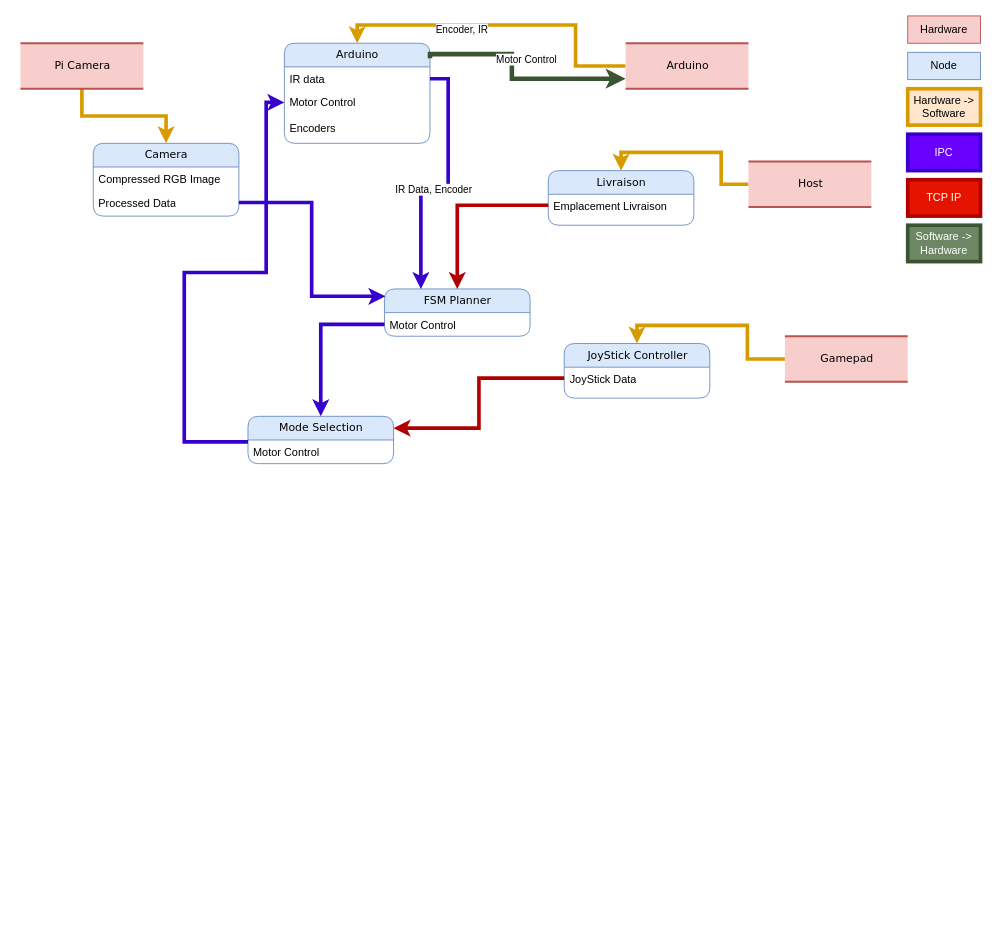
The draw.io diagram docs/src/happywheels.drawio in Hennzau/st5-robot, before the edit. Source tidied: cells renumbered, new cells numbered last; positions are measured from the earlier drawing's top-left corner, leaving out a move shared by most shapes. Both pictures are drawn from the tidied source at 91%, with x=0, y=0 at pixel (20, 15).
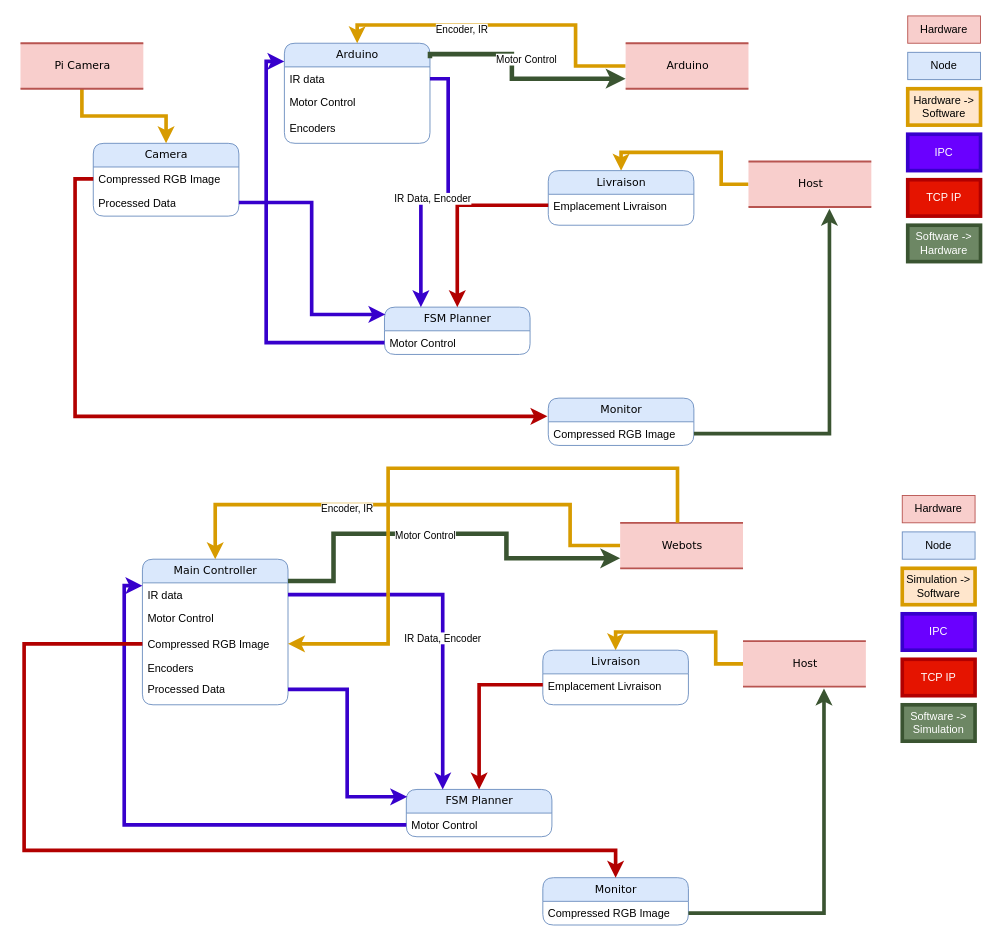
The same page after the edit.

Unchanged cells that the change refers to:
```xml
<mxCell id="3" value="Compressed RGB Image" style="text;html=1;strokeColor=none;fillColor=none;spacingLeft=4;spacingRight=4;whiteSpace=wrap;overflow=hidden;points=[[0,0.5],[1,0.5]];portConstraint=eastwest;" parent="2" vertex="1">
  <mxGeometry y="26" width="160" height="26" as="geometry" />
</mxCell>
<mxCell id="5" value="Arduino" style="swimlane;html=1;fontStyle=0;horizontal=1;startSize=26;fillColor=#dae8fc;swimlaneFillColor=#ffffff;align=center;rounded=1;shadow=0;comic=0;labelBackgroundColor=none;strokeWidth=1;fontFamily=Verdana;fontSize=12;strokeColor=#6c8ebf;" parent="1" vertex="1">
  <mxGeometry x="290" y="30" width="160" height="110" as="geometry" />
</mxCell>
<mxCell id="7" value="Motor Control" style="text;html=1;strokeColor=none;fillColor=none;spacingLeft=4;spacingRight=4;whiteSpace=wrap;overflow=hidden;points=[[0,0.5],[1,0.5]];portConstraint=eastwest;" parent="5" vertex="1">
  <mxGeometry y="52" width="160" height="28" as="geometry" />
</mxCell>
<mxCell id="17" value="Host" style="html=1;rounded=0;shadow=0;comic=0;labelBackgroundColor=none;strokeWidth=2;fontFamily=Verdana;fontSize=12;align=center;shape=mxgraph.ios7ui.horLines;fillColor=#f8cecc;strokeColor=#b85450;" parent="1" vertex="1">
  <mxGeometry x="800" y="160" width="135" height="50" as="geometry" />
</mxCell>
<mxCell id="19" value="Motor Control" style="text;html=1;strokeColor=none;fillColor=none;spacingLeft=4;spacingRight=4;whiteSpace=wrap;overflow=hidden;points=[[0,0.5],[1,0.5]];portConstraint=eastwest;" parent="18" vertex="1">
  <mxGeometry y="26" width="160" height="26" as="geometry" />
</mxCell>
```

The edit, as a diff of the source:
```diff
@@
     <mxCell id="18" value="FSM Planner" style="swimlane;html=1;fontStyle=0;horizontal=1;startSize=26;fillColor=#dae8fc;swimlaneFillColor=#ffffff;align=center;rounded=1;shadow=0;comic=0;labelBackgroundColor=none;strokeWidth=1;fontFamily=Verdana;fontSize=12;strokeColor=#6c8ebf;" parent="1" vertex="1">
-      <mxGeometry x="400" y="300" width="160" height="52" as="geometry" />
+      <mxGeometry x="400" y="320" width="160" height="52" as="geometry" />
     </mxCell>
@@
-    <mxCell id="20" style="edgeStyle=orthogonalEdgeStyle;rounded=0;jettySize=auto;html=1;entryX=0.5;entryY=0;entryDx=0;entryDy=0;fillColor=#ffe6cc;strokeColor=#d79b00;strokeWidth=4;" parent="1" edge="1" source="21" target="22">
-      <mxGeometry relative="1" as="geometry" />
-    </mxCell>
-    <mxCell id="21" value="Gamepad" style="html=1;rounded=0;shadow=0;comic=0;labelBackgroundColor=none;strokeWidth=2;fontFamily=Verdana;fontSize=12;align=center;shape=mxgraph.ios7ui.horLines;fillColor=#f8cecc;strokeColor=#b85450;" parent="1" vertex="1">
-      <mxGeometry x="840" y="352" width="135" height="50" as="geometry" />
-    </mxCell>
-    <mxCell id="22" value="JoyStick Controller" style="swimlane;html=1;fontStyle=0;horizontal=1;startSize=26;fillColor=#dae8fc;swimlaneFillColor=#ffffff;align=center;rounded=1;shadow=0;comic=0;labelBackgroundColor=none;strokeWidth=1;fontFamily=Verdana;fontSize=12;strokeColor=#6c8ebf;" parent="1" vertex="1">
-      <mxGeometry x="597.5" y="360" width="160" height="60" as="geometry" />
-    </mxCell>
-    <mxCell id="23" value="JoyStick Data" style="text;html=1;strokeColor=none;fillColor=none;spacingLeft=4;spacingRight=4;whiteSpace=wrap;overflow=hidden;points=[[0,0.5],[1,0.5]];portConstraint=eastwest;" parent="22" vertex="1">
-      <mxGeometry y="26" width="160" height="24" as="geometry" />
-    </mxCell>
@@
-    <mxCell id="30" value="Mode Selection" style="swimlane;html=1;fontStyle=0;horizontal=1;startSize=26;fillColor=#dae8fc;swimlaneFillColor=#ffffff;align=center;rounded=1;shadow=0;comic=0;labelBackgroundColor=none;strokeWidth=1;fontFamily=Verdana;fontSize=12;strokeColor=#6c8ebf;" parent="1" vertex="1">
-      <mxGeometry x="250" y="440" width="160" height="52" as="geometry" />
-    </mxCell>
-    <mxCell id="31" value="Motor Control" style="text;html=1;strokeColor=none;fillColor=none;spacingLeft=4;spacingRight=4;whiteSpace=wrap;overflow=hidden;points=[[0,0.5],[1,0.5]];portConstraint=eastwest;" parent="30" vertex="1">
-      <mxGeometry y="26" width="160" height="24" as="geometry" />
-    </mxCell>
-    <mxCell id="32" style="edgeStyle=orthogonalEdgeStyle;rounded=0;jettySize=auto;html=1;entryX=0.5;entryY=0;entryDx=0;entryDy=0;fillColor=#6a00ff;strokeColor=#3700CC;strokeWidth=4;" parent="1" edge="1" source="19" target="30">
+    <mxCell id="32" style="edgeStyle=orthogonalEdgeStyle;rounded=0;jettySize=auto;html=1;entryX=0;entryY=0.182;entryDx=0;entryDy=0;fillColor=#6a00ff;strokeColor=#3700CC;strokeWidth=4;entryPerimeter=0;" parent="1" edge="1" source="19" target="5">
       <mxGeometry relative="1" as="geometry" />
     </mxCell>
-    <mxCell id="33" style="edgeStyle=orthogonalEdgeStyle;rounded=0;jettySize=auto;html=1;entryX=1;entryY=0.25;entryDx=0;entryDy=0;fillColor=#e51400;strokeColor=#B20000;endSize=6;strokeWidth=4;" parent="1" edge="1" source="23" target="30">
-      <mxGeometry relative="1" as="geometry" />
+    <mxCell id="33" style="edgeStyle=orthogonalEdgeStyle;rounded=0;orthogonalLoop=1;jettySize=auto;html=1;entryX=1;entryY=0.25;entryDx=0;entryDy=0;fillColor=#e51400;strokeColor=#B20000;endSize=6;strokeWidth=4;" parent="1" edge="1">
+      <mxGeometry relative="1" as="geometry">
+        <mxPoint x="597.5" y="398" as="sourcePoint" />
+      </mxGeometry>
     </mxCell>
-    <mxCell id="34" style="edgeStyle=orthogonalEdgeStyle;rounded=0;jettySize=auto;html=1;fillColor=#6a00ff;strokeColor=#3700CC;strokeWidth=4;" parent="1" edge="1" source="31" target="7">
-      <mxGeometry relative="1" as="geometry">
-        <Array as="points">
-          <mxPoint x="180" y="468" />
-          <mxPoint x="180" y="282" />
-          <mxPoint x="270" y="282" />
-          <mxPoint x="270" y="95" />
-        </Array>
-      </mxGeometry>
-    </mxCell>
@@
+    <mxCell id="41" value="Monitor" style="swimlane;html=1;fontStyle=0;horizontal=1;startSize=26;fillColor=#dae8fc;swimlaneFillColor=#ffffff;align=center;rounded=1;shadow=0;comic=0;labelBackgroundColor=none;strokeWidth=1;fontFamily=Verdana;fontSize=12;strokeColor=#6c8ebf;" parent="1" vertex="1">
+      <mxGeometry x="580" y="420" width="160" height="52" as="geometry" />
+    </mxCell>
+    <mxCell id="42" value="Compressed RGB Image" style="text;html=1;strokeColor=none;fillColor=none;spacingLeft=4;spacingRight=4;whiteSpace=wrap;overflow=hidden;" parent="41" vertex="1">
+      <mxGeometry y="26" width="160" height="26" as="geometry" />
+    </mxCell>
+    <mxCell id="43" style="edgeStyle=orthogonalEdgeStyle;rounded=0;jettySize=auto;html=1;entryX=0.659;entryY=1.04;entryDx=0;entryDy=0;fillColor=#6d8764;strokeColor=#3A5431;strokeWidth=4;exitX=1;exitY=0.75;exitDx=0;exitDy=0;entryPerimeter=0;" parent="1" edge="1" source="41" target="17">
+      <mxGeometry relative="1" as="geometry" />
+    </mxCell>
+    <mxCell id="44" style="edgeStyle=orthogonalEdgeStyle;rounded=0;jettySize=auto;html=1;fillColor=#e51400;strokeColor=#B20000;endSize=6;strokeWidth=4;exitX=0;exitY=0.5;exitDx=0;exitDy=0;entryX=-0.006;entryY=0.385;entryDx=0;entryDy=0;entryPerimeter=0;" parent="1" edge="1" source="3" target="41">
+      <mxGeometry relative="1" as="geometry" />
+    </mxCell>
+    <mxCell id="45" value="Main Controller" style="swimlane;html=1;fontStyle=0;horizontal=1;startSize=26;fillColor=#dae8fc;swimlaneFillColor=#ffffff;align=center;rounded=1;shadow=0;comic=0;labelBackgroundColor=none;strokeWidth=1;fontFamily=Verdana;fontSize=12;strokeColor=#6c8ebf;" parent="1" vertex="1">
+      <mxGeometry x="134" y="597" width="160" height="160" as="geometry" />
+    </mxCell>
+    <mxCell id="46" value="IR data" style="text;html=1;strokeColor=none;fillColor=none;spacingLeft=4;spacingRight=4;whiteSpace=wrap;overflow=hidden;points=[[0,0.5],[1,0.5]];portConstraint=eastwest;" parent="45" vertex="1">
+      <mxGeometry y="26" width="160" height="26" as="geometry" />
+    </mxCell>
+    <mxCell id="47" value="Motor Control" style="text;html=1;strokeColor=none;fillColor=none;spacingLeft=4;spacingRight=4;whiteSpace=wrap;overflow=hidden;" parent="45" vertex="1">
+      <mxGeometry y="52" width="160" height="28" as="geometry" />
+    </mxCell>
+    <mxCell id="48" value="Compressed RGB Image" style="text;html=1;strokeColor=none;fillColor=none;spacingLeft=4;spacingRight=4;whiteSpace=wrap;overflow=hidden;points=[[0,0.5],[1,0.5]];portConstraint=eastwest;" parent="45" vertex="1">
+      <mxGeometry y="80" width="160" height="26" as="geometry" />
+    </mxCell>
+    <mxCell id="49" value="Encoders" style="text;html=1;strokeColor=none;fillColor=none;spacingLeft=4;spacingRight=4;whiteSpace=wrap;overflow=hidden;" parent="45" vertex="1">
+      <mxGeometry y="106" width="160" height="24" as="geometry" />
+    </mxCell>
+    <mxCell id="50" value="Processed Data" style="text;html=1;strokeColor=none;fillColor=none;spacingLeft=4;spacingRight=4;whiteSpace=wrap;overflow=hidden;points=[[0,0.5],[1,0.5]];portConstraint=eastwest;" parent="45" vertex="1">
+      <mxGeometry y="130" width="160" height="26" as="geometry" />
+    </mxCell>
+    <mxCell id="51" style="edgeStyle=orthogonalEdgeStyle;rounded=0;jettySize=auto;html=1;entryX=0.5;entryY=0;entryDx=0;entryDy=0;fillColor=#ffe6cc;strokeColor=#d79b00;strokeWidth=4;" parent="1" edge="1" source="53" target="45">
+      <mxGeometry relative="1" as="geometry">
+        <Array as="points">
+          <mxPoint x="604" y="582" />
+          <mxPoint x="604" y="537" />
+          <mxPoint x="214" y="537" />
+        </Array>
+      </mxGeometry>
+    </mxCell>
+    <mxCell id="52" value="Encoder, IR" style="edgeLabel;html=1;align=center;verticalAlign=middle;" parent="51" vertex="1">
+      <mxGeometry x="0.26" y="4" relative="1" as="geometry">
+        <mxPoint x="1" as="offset" />
+      </mxGeometry>
+    </mxCell>
+    <mxCell id="53" value="Webots" style="html=1;rounded=0;shadow=0;comic=0;labelBackgroundColor=none;strokeWidth=2;fontFamily=Verdana;fontSize=12;align=center;shape=mxgraph.ios7ui.horLines;fillColor=#f8cecc;strokeColor=#b85450;" parent="1" vertex="1">
+      <mxGeometry x="659" y="557" width="135" height="50" as="geometry" />
+    </mxCell>
+    <mxCell id="54" style="edgeStyle=orthogonalEdgeStyle;rounded=0;jettySize=auto;html=1;entryX=0;entryY=0.78;entryDx=0;entryDy=0;entryPerimeter=0;fillColor=#6d8764;strokeColor=#3A5431;strokeWidth=5;exitX=1;exitY=0.15;exitDx=0;exitDy=0;exitPerimeter=0;" parent="1" edge="1" source="45" target="53">
+      <mxGeometry relative="1" as="geometry">
+        <Array as="points">
+          <mxPoint x="344" y="621" />
+          <mxPoint x="344" y="569" />
+          <mxPoint x="534" y="569" />
+          <mxPoint x="534" y="596" />
+        </Array>
+      </mxGeometry>
+    </mxCell>
+    <mxCell id="55" value="Motor Control" style="edgeLabel;html=1;align=center;verticalAlign=middle;" parent="54" vertex="1">
+      <mxGeometry x="-0.17" y="-3" relative="1" as="geometry">
+        <mxPoint x="18" y="-2" as="offset" />
+      </mxGeometry>
+    </mxCell>
+    <mxCell id="56" style="edgeStyle=orthogonalEdgeStyle;rounded=0;jettySize=auto;html=1;entryX=0.5;entryY=0;entryDx=0;entryDy=0;fillColor=#ffe6cc;strokeColor=#d79b00;strokeWidth=4;" parent="1" edge="1" source="57" target="60">
+      <mxGeometry relative="1" as="geometry" />
+    </mxCell>
+    <mxCell id="57" value="Host" style="html=1;rounded=0;shadow=0;comic=0;labelBackgroundColor=none;strokeWidth=2;fontFamily=Verdana;fontSize=12;align=center;shape=mxgraph.ios7ui.horLines;fillColor=#f8cecc;strokeColor=#b85450;" parent="1" vertex="1">
+      <mxGeometry x="794" y="687" width="135" height="50" as="geometry" />
+    </mxCell>
+    <mxCell id="58" value="FSM Planner" style="swimlane;html=1;fontStyle=0;horizontal=1;startSize=26;fillColor=#dae8fc;swimlaneFillColor=#ffffff;align=center;rounded=1;shadow=0;comic=0;labelBackgroundColor=none;strokeWidth=1;fontFamily=Verdana;fontSize=12;strokeColor=#6c8ebf;" parent="1" vertex="1">
+      <mxGeometry x="424" y="850" width="160" height="52" as="geometry" />
+    </mxCell>
+    <mxCell id="59" value="Motor Control" style="text;html=1;strokeColor=none;fillColor=none;spacingLeft=4;spacingRight=4;whiteSpace=wrap;overflow=hidden;points=[[0,0.5],[1,0.5]];portConstraint=eastwest;" parent="58" vertex="1">
+      <mxGeometry y="26" width="160" height="26" as="geometry" />
+    </mxCell>
+    <mxCell id="60" value="Livraison" style="swimlane;html=1;fontStyle=0;horizontal=1;startSize=26;fillColor=#dae8fc;swimlaneFillColor=#ffffff;align=center;rounded=1;shadow=0;comic=0;labelBackgroundColor=none;strokeWidth=1;fontFamily=Verdana;fontSize=12;strokeColor=#6c8ebf;" parent="1" vertex="1">
+      <mxGeometry x="574" y="697" width="160" height="60" as="geometry" />
+    </mxCell>
+    <mxCell id="61" value="Emplacement Livraison" style="text;html=1;strokeColor=none;fillColor=none;spacingLeft=4;spacingRight=4;whiteSpace=wrap;overflow=hidden;points=[[0,0.5],[1,0.5]];portConstraint=eastwest;" parent="60" vertex="1">
+      <mxGeometry y="26" width="160" height="24" as="geometry" />
+    </mxCell>
+    <mxCell id="62" style="edgeStyle=orthogonalEdgeStyle;rounded=0;jettySize=auto;html=1;fillColor=#e51400;strokeColor=#B20000;endSize=6;strokeWidth=4;" parent="1" edge="1" source="61" target="58">
+      <mxGeometry relative="1" as="geometry" />
+    </mxCell>
+    <mxCell id="63" style="edgeStyle=orthogonalEdgeStyle;rounded=0;jettySize=auto;html=1;entryX=0.006;entryY=0.155;entryDx=0;entryDy=0;entryPerimeter=0;fillColor=#6a00ff;strokeColor=#3700CC;strokeWidth=4;" parent="1" edge="1" source="50" target="58">
+      <mxGeometry relative="1" as="geometry" />
+    </mxCell>
+    <mxCell id="64" style="edgeStyle=orthogonalEdgeStyle;rounded=0;jettySize=auto;html=1;entryX=0.25;entryY=0;entryDx=0;entryDy=0;fillColor=#6a00ff;strokeColor=#3700CC;strokeWidth=4;" parent="1" edge="1" source="46" target="58">
+      <mxGeometry relative="1" as="geometry" />
+    </mxCell>
+    <mxCell id="65" value="IR Data, Encoder" style="edgeLabel;html=1;align=center;verticalAlign=middle;" parent="64" vertex="1">
+      <mxGeometry x="0.13" y="-1" relative="1" as="geometry" />
+    </mxCell>
+    <mxCell id="66" style="edgeStyle=orthogonalEdgeStyle;rounded=0;jettySize=auto;html=1;entryX=0;entryY=0.182;entryDx=0;entryDy=0;fillColor=#6a00ff;strokeColor=#3700CC;strokeWidth=4;entryPerimeter=0;" parent="1" edge="1" source="59" target="45">
+      <mxGeometry relative="1" as="geometry" />
+    </mxCell>
+    <mxCell id="67" value="Hardware" style="whiteSpace=wrap;html=1;fillColor=#f8cecc;strokeColor=#b85450;" parent="1" vertex="1">
+      <mxGeometry x="969" y="527" width="80" height="30" as="geometry" />
+    </mxCell>
+    <mxCell id="68" value="Node" style="whiteSpace=wrap;html=1;fillColor=#dae8fc;strokeColor=#6c8ebf;" parent="1" vertex="1">
+      <mxGeometry x="969" y="567" width="80" height="30" as="geometry" />
+    </mxCell>
+    <mxCell id="69" value="Simulation -&amp;gt; Software" style="whiteSpace=wrap;html=1;fillColor=#ffe6cc;strokeColor=#d79b00;strokeWidth=4;" parent="1" vertex="1">
+      <mxGeometry x="969" y="607" width="80" height="40" as="geometry" />
+    </mxCell>
+    <mxCell id="70" value="IPC" style="whiteSpace=wrap;html=1;fillColor=#6a00ff;strokeColor=#3700CC;strokeWidth=4;fontColor=#ffffff;" parent="1" vertex="1">
+      <mxGeometry x="969" y="657" width="80" height="40" as="geometry" />
+    </mxCell>
+    <mxCell id="71" value="TCP IP" style="whiteSpace=wrap;html=1;fillColor=#e51400;strokeColor=#B20000;strokeWidth=4;fontColor=#ffffff;" parent="1" vertex="1">
+      <mxGeometry x="969" y="707" width="80" height="40" as="geometry" />
+    </mxCell>
+    <mxCell id="72" value="Software -&amp;gt; Simulation" style="whiteSpace=wrap;html=1;fillColor=#6d8764;strokeColor=#3A5431;strokeWidth=4;fontColor=#ffffff;" parent="1" vertex="1">
+      <mxGeometry x="969" y="757" width="80" height="40" as="geometry" />
+    </mxCell>
+    <mxCell id="73" value="Monitor" style="swimlane;html=1;fontStyle=0;horizontal=1;startSize=26;fillColor=#dae8fc;swimlaneFillColor=#ffffff;align=center;rounded=1;shadow=0;comic=0;labelBackgroundColor=none;strokeWidth=1;fontFamily=Verdana;fontSize=12;strokeColor=#6c8ebf;" parent="1" vertex="1">
+      <mxGeometry x="574" y="947" width="160" height="52" as="geometry" />
+    </mxCell>
+    <mxCell id="74" value="Compressed RGB Image" style="text;html=1;strokeColor=none;fillColor=none;spacingLeft=4;spacingRight=4;whiteSpace=wrap;overflow=hidden;" parent="73" vertex="1">
+      <mxGeometry y="26" width="160" height="26" as="geometry" />
+    </mxCell>
+    <mxCell id="75" style="edgeStyle=orthogonalEdgeStyle;rounded=0;jettySize=auto;html=1;entryX=0.659;entryY=1.04;entryDx=0;entryDy=0;fillColor=#6d8764;strokeColor=#3A5431;strokeWidth=4;exitX=1;exitY=0.75;exitDx=0;exitDy=0;entryPerimeter=0;" parent="1" edge="1" source="73" target="57">
+      <mxGeometry relative="1" as="geometry" />
+    </mxCell>
+    <mxCell id="76" style="edgeStyle=orthogonalEdgeStyle;rounded=0;jettySize=auto;html=1;fillColor=#e51400;strokeColor=#B20000;endSize=6;strokeWidth=4;exitX=0;exitY=0.5;exitDx=0;exitDy=0;entryX=0.5;entryY=0;entryDx=0;entryDy=0;" parent="1" edge="1" source="48" target="73">
+      <mxGeometry relative="1" as="geometry">
+        <Array as="points">
+          <mxPoint x="4" y="690" />
+          <mxPoint x="4" y="917" />
+          <mxPoint x="654" y="917" />
+        </Array>
+      </mxGeometry>
+    </mxCell>
+    <mxCell id="77" style="edgeStyle=orthogonalEdgeStyle;rounded=0;jettySize=auto;html=1;entryX=1;entryY=0.5;entryDx=0;entryDy=0;fillColor=#ffe6cc;strokeColor=#d79b00;strokeWidth=4;exitX=0.467;exitY=0;exitDx=0;exitDy=0;exitPerimeter=0;" parent="1" edge="1" source="53" target="48">
+      <mxGeometry relative="1" as="geometry">
+        <Array as="points">
+          <mxPoint x="722" y="497" />
+          <mxPoint x="404" y="497" />
+          <mxPoint x="404" y="690" />
+        </Array>
+      </mxGeometry>
+    </mxCell>
```
